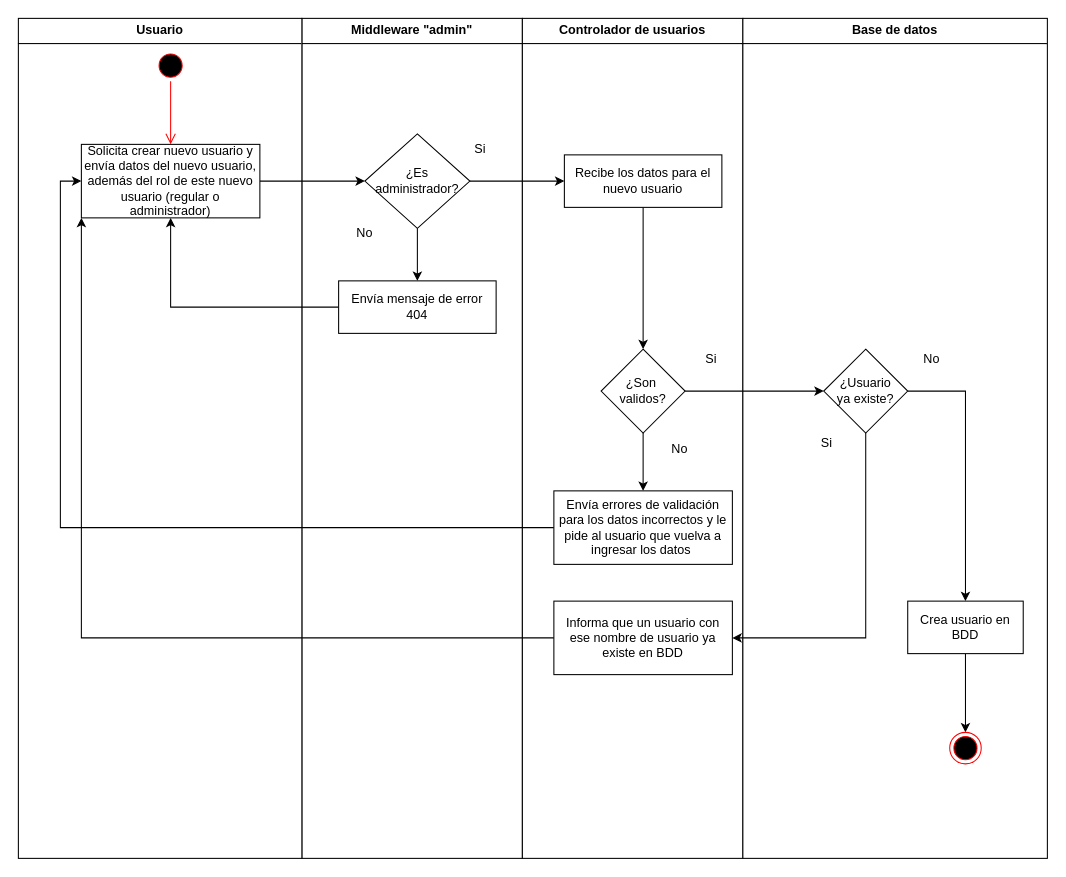
This is page "Página-2" (2 of 3) of Diagramas actividad/actividad_usuario.drawio from MirroringCode/diagramas-del-csm, a draw.io file, before an edit. Source tidied: cells renumbered, new cells numbered last; positions are measured from the earlier drawing's top-left corner, leaving out a move shared by most shapes. Both pictures are drawn from the tidied source at 105%, with x=0, y=0 at pixel (18, 18).
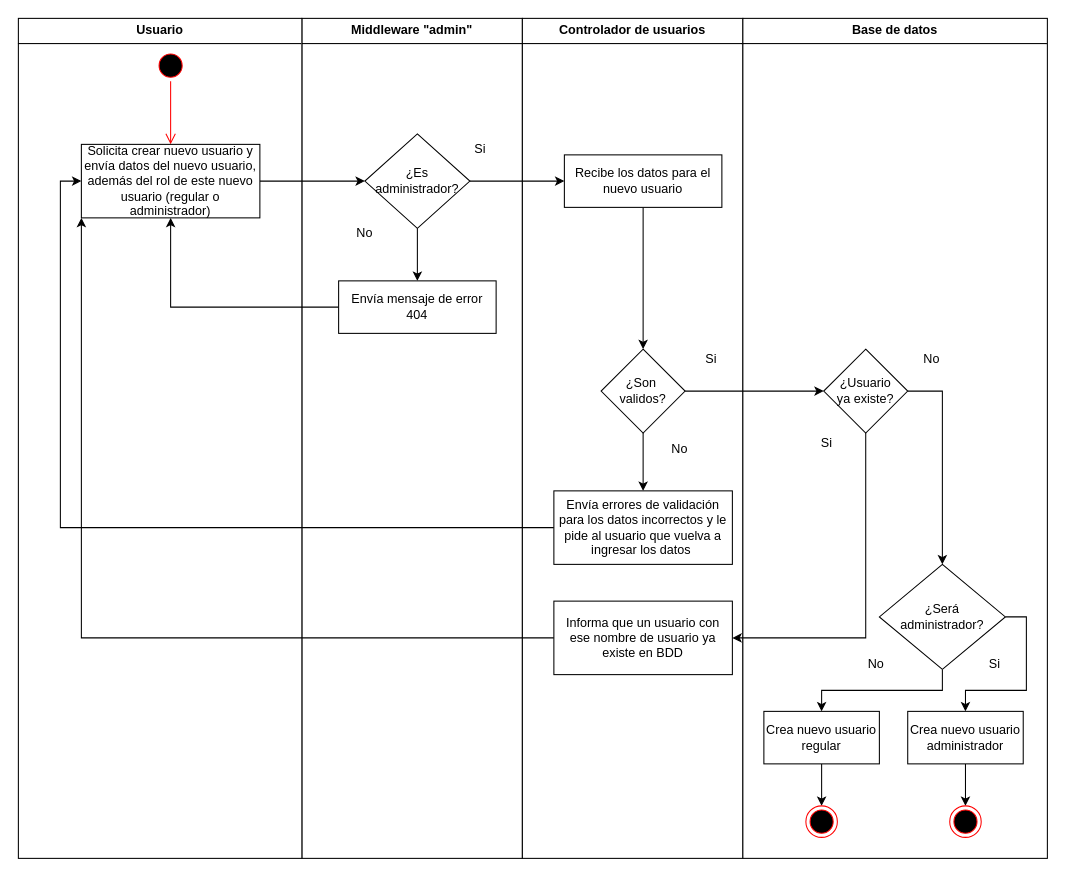
The same diagram, later.

The change refers to these unchanged cells:
```xml
<mxCell id="28" value="¿Usuario&lt;div&gt;ya existe?&lt;/div&gt;" style="rhombus;whiteSpace=wrap;html=1;" parent="1" vertex="1">
  <mxGeometry x="767" y="315" width="80" height="80" as="geometry" />
</mxCell>
```

The edit, as a diff of the source:
```diff
@@
-    <mxCell id="27" style="edgeStyle=orthogonalEdgeStyle;rounded=0;jettySize=auto;html=1;entryX=0.5;entryY=0;entryDx=0;entryDy=0;" parent="1" edge="1" source="28" target="34">
-      <mxGeometry relative="1" as="geometry">
-        <Array as="points">
-          <mxPoint x="902" y="355" />
-        </Array>
-      </mxGeometry>
-    </mxCell>
+    <mxCell id="36" style="edgeStyle=orthogonalEdgeStyle;rounded=0;jettySize=auto;html=1;exitX=1;exitY=0.5;exitDx=0;exitDy=0;entryX=0.5;entryY=0;entryDx=0;entryDy=0;" parent="1" edge="1" source="28" target="39">
+      <mxGeometry relative="1" as="geometry" />
+    </mxCell>
@@
-    <mxCell id="33" style="edgeStyle=orthogonalEdgeStyle;rounded=0;jettySize=auto;html=1;" parent="1" edge="1" source="34" target="35">
-      <mxGeometry relative="1" as="geometry" />
-    </mxCell>
-    <mxCell id="34" value="Crea usuario en BDD" style="html=1;whiteSpace=wrap;" parent="1" vertex="1">
-      <mxGeometry x="847" y="555" width="110" height="50" as="geometry" />
-    </mxCell>
-    <mxCell id="35" style="ellipse;html=1;shape=endState;fillColor=#000000;strokeColor=#ff0000;" parent="1" vertex="1">
-      <mxGeometry x="887" y="680" width="30" height="30" as="geometry" />
-    </mxCell>
+    <mxCell id="37" style="edgeStyle=orthogonalEdgeStyle;rounded=0;jettySize=auto;html=1;" parent="1" edge="1" source="39" target="41">
+      <mxGeometry relative="1" as="geometry" />
+    </mxCell>
+    <mxCell id="38" style="edgeStyle=orthogonalEdgeStyle;rounded=0;jettySize=auto;html=1;entryX=0.5;entryY=0;entryDx=0;entryDy=0;" parent="1" edge="1" source="39">
+      <mxGeometry relative="1" as="geometry">
+        <mxPoint x="902" y="660" as="targetPoint" />
+        <Array as="points">
+          <mxPoint x="960" y="570" />
+          <mxPoint x="960" y="640" />
+          <mxPoint x="902" y="640" />
+        </Array>
+      </mxGeometry>
+    </mxCell>
+    <mxCell id="39" value="¿Será&lt;div&gt;administrador?&lt;/div&gt;" style="rhombus;whiteSpace=wrap;html=1;" parent="1" vertex="1">
+      <mxGeometry x="820" y="520" width="120" height="100" as="geometry" />
+    </mxCell>
+    <mxCell id="40" style="edgeStyle=orthogonalEdgeStyle;rounded=0;jettySize=auto;html=1;entryX=0.5;entryY=0;entryDx=0;entryDy=0;" parent="1" edge="1" source="41" target="46">
+      <mxGeometry relative="1" as="geometry" />
+    </mxCell>
+    <mxCell id="41" value="Crea nuevo usuario regular" style="html=1;whiteSpace=wrap;" parent="1" vertex="1">
+      <mxGeometry x="710" y="660" width="110" height="50" as="geometry" />
+    </mxCell>
+    <mxCell id="42" value="Si" style="text;html=1;align=center;verticalAlign=middle;whiteSpace=wrap;rounded=0;" parent="1" vertex="1">
+      <mxGeometry x="900" y="600" width="60" height="30" as="geometry" />
+    </mxCell>
+    <mxCell id="43" style="edgeStyle=orthogonalEdgeStyle;rounded=0;jettySize=auto;html=1;entryX=0.5;entryY=0;entryDx=0;entryDy=0;" parent="1" edge="1" source="44" target="47">
+      <mxGeometry relative="1" as="geometry" />
+    </mxCell>
+    <mxCell id="44" value="Crea nuevo usuario administrador" style="html=1;whiteSpace=wrap;" parent="1" vertex="1">
+      <mxGeometry x="847" y="660" width="110" height="50" as="geometry" />
+    </mxCell>
+    <mxCell id="45" value="No" style="text;html=1;align=center;verticalAlign=middle;whiteSpace=wrap;rounded=0;" parent="1" vertex="1">
+      <mxGeometry x="787" y="600" width="60" height="30" as="geometry" />
+    </mxCell>
+    <mxCell id="46" style="ellipse;html=1;shape=endState;fillColor=#000000;strokeColor=#ff0000;" parent="1" vertex="1">
+      <mxGeometry x="750" y="750" width="30" height="30" as="geometry" />
+    </mxCell>
+    <mxCell id="47" style="ellipse;html=1;shape=endState;fillColor=#000000;strokeColor=#ff0000;" parent="1" vertex="1">
+      <mxGeometry x="887" y="750" width="30" height="30" as="geometry" />
+    </mxCell>
```
